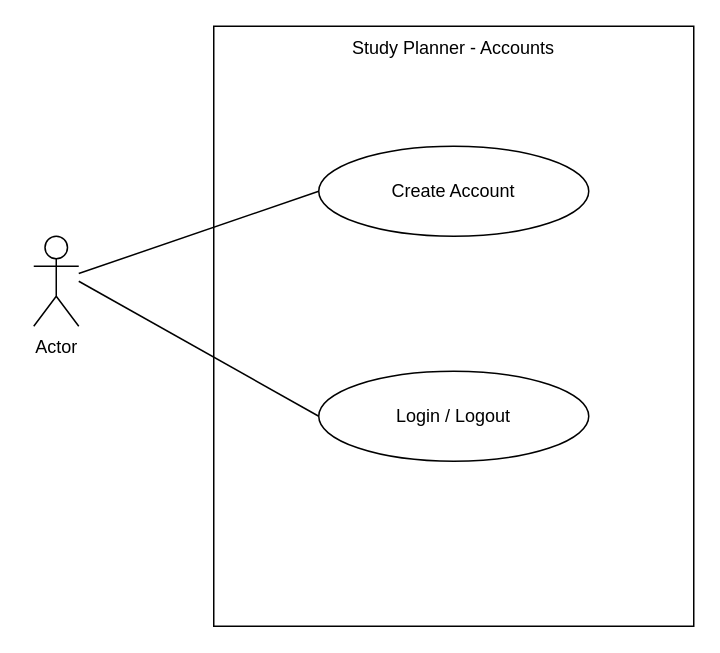
Before: docs/UserStories/UseCaseDiagramAccounts.drawio in KKnee85/StudyPlanner, a draw.io diagram. Source tidied: cells renumbered, new cells numbered last; positions are measured from the earlier drawing's top-left corner, leaving out a move shared by most shapes. Both pictures are drawn from the tidied source at 150%, with x=0, y=0 at pixel (33, 26).
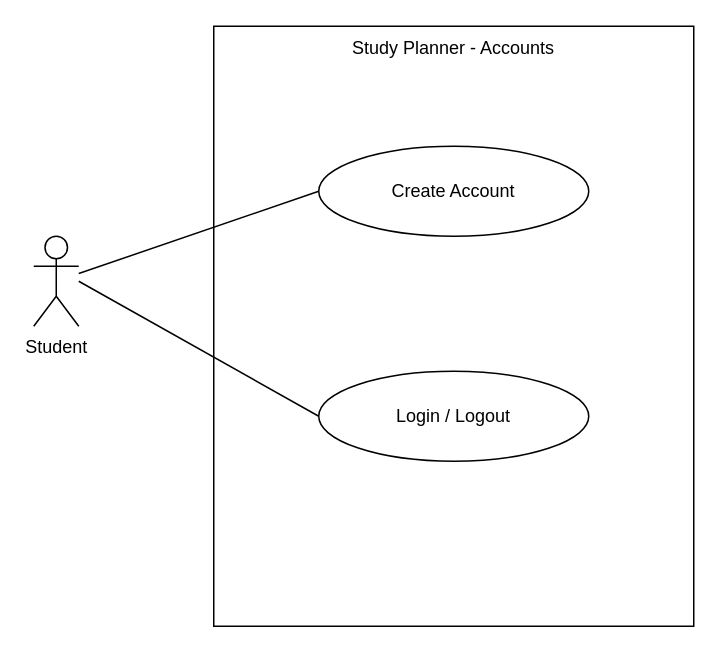
Above is the later version.

Commit message (it also covers changes not shown here):
Rename actor label to Student in diagrams

Change to the diagram source:
```diff
@@
 <mxGraphModel>
   <root>
     <mxCell id="0" />
     <mxCell id="1" parent="0" />
     <mxCell id="2" style="rounded=0;whiteSpace=wrap;html=1;" parent="1" vertex="1">
       <mxGeometry x="120" width="320" height="400" as="geometry" />
     </mxCell>
     <mxCell id="3" value="Study Planner - Accounts" style="text;html=1;whiteSpace=wrap;strokeColor=none;fillColor=none;align=center;verticalAlign=middle;rounded=0;" parent="1" vertex="1">
       <mxGeometry x="200" width="160" height="30" as="geometry" />
     </mxCell>
-    <mxCell id="4" value="Actor" style="shape=umlActor;verticalLabelPosition=bottom;verticalAlign=top;html=1;outlineConnect=0;labelPerimeter=1;" parent="1" vertex="1">
+    <mxCell id="4" value="Student" style="shape=umlActor;verticalLabelPosition=bottom;verticalAlign=top;html=1;outlineConnect=0;labelPerimeter=1;" parent="1" vertex="1">
       <mxGeometry y="140" width="30" height="60" as="geometry" />
     </mxCell>
     <mxCell id="5" value="Create Account" style="ellipse;whiteSpace=wrap;html=1;shapeInside=1;" parent="1" vertex="1">
       <mxGeometry x="190" y="80" width="180" height="60" as="geometry" />
     </mxCell>
     <mxCell id="6" style="endArrow=none;html=1;rounded=0;defaultLabelBackgroundColor=page;entryX=0;entryY=0.5;entryDx=0;entryDy=0;" parent="1" edge="1" source="4" target="5">
       <mxGeometry relative="1" as="geometry" />
     </mxCell>
     <mxCell id="7" style="endArrow=none;html=1;rounded=0;defaultLabelBackgroundColor=page;entryX=0;entryY=0.5;entryDx=0;entryDy=0;" parent="1" edge="1" target="8">
       <mxGeometry relative="1" as="geometry">
         <mxPoint x="30" y="170" as="sourcePoint" />
       </mxGeometry>
     </mxCell>
     <mxCell id="8" value="Login / Logout" style="ellipse;whiteSpace=wrap;html=1;shapeInside=1;" parent="1" vertex="1">
       <mxGeometry x="190" y="230" width="180" height="60" as="geometry" />
     </mxCell>
   </root>
 </mxGraphModel>
```
